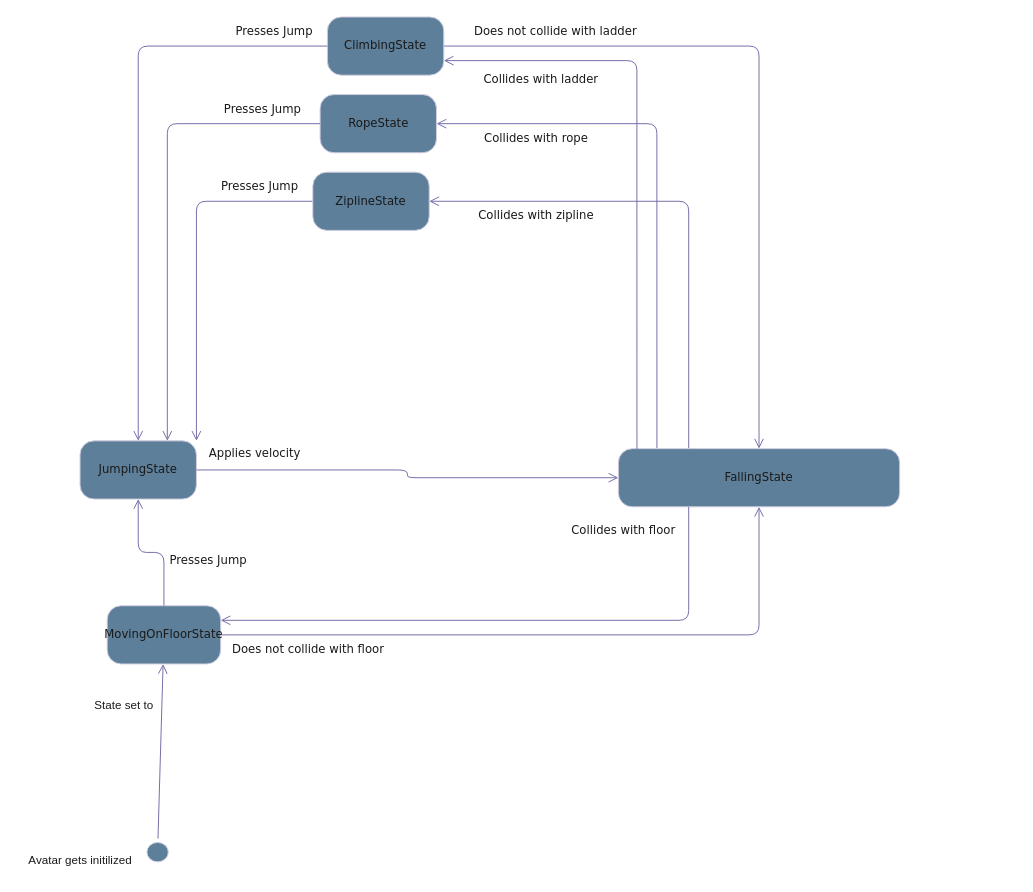
Before: PlayerStates.drawio in Tycro-Games/BlockA-Pitfall, a draw.io diagram. Source tidied: cells renumbered, new cells numbered last; positions are measured from the earlier drawing's top-left corner, leaving out a move shared by most shapes. Both pictures are drawn from the tidied source at 97%, with x=0, y=0 at pixel (16, 16).
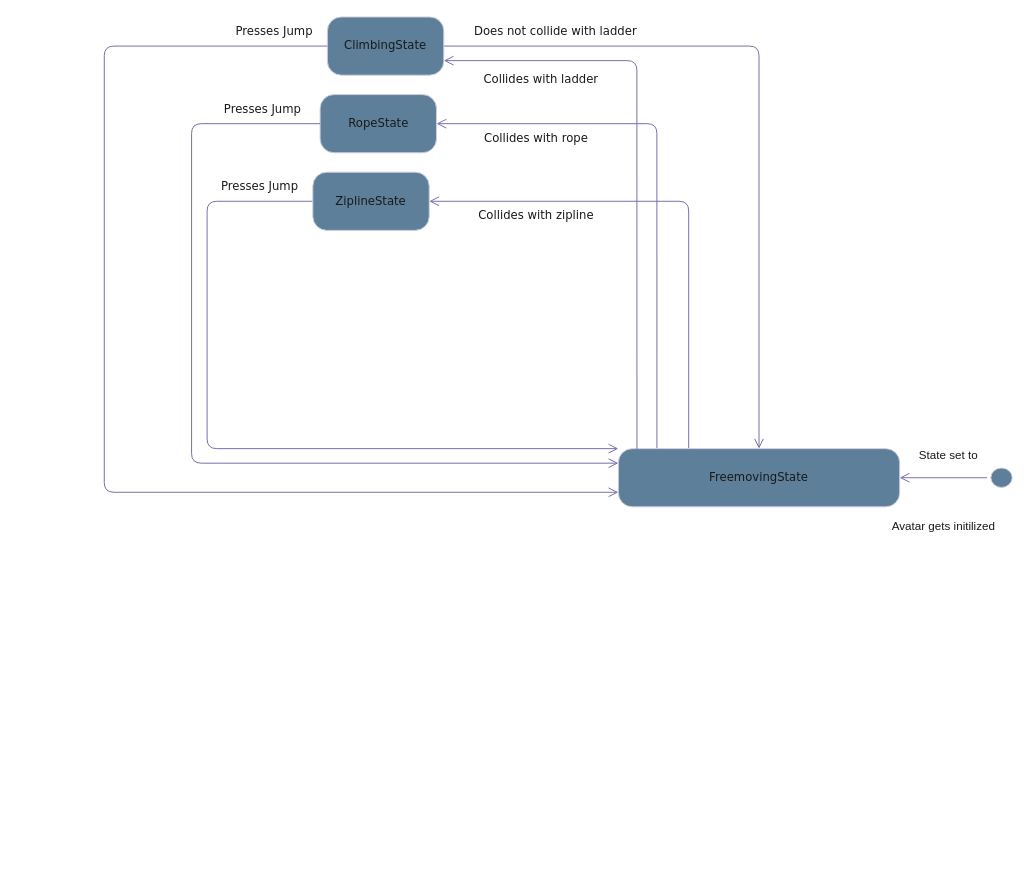
The same diagram, later.

Unchanged cells that the change refers to:
```xml
<mxCell id="22" value="ClimbingState" style="rounded=1;whiteSpace=wrap;html=1;arcSize=24;fillColor=#5D7F99;strokeColor=#D0CEE2;shadow=0;comic=0;labelBackgroundColor=none;fontFamily=Verdana;fontSize=12;fontColor=#1A1A1A;align=center;" parent="1" vertex="1">
  <mxGeometry x="320" width="120" height="60" as="geometry" />
</mxCell>
<mxCell id="27" value="RopeState" style="rounded=1;whiteSpace=wrap;html=1;arcSize=24;fillColor=#5D7F99;strokeColor=#D0CEE2;shadow=0;comic=0;labelBackgroundColor=none;fontFamily=Verdana;fontSize=12;fontColor=#1A1A1A;align=center;" parent="1" vertex="1">
  <mxGeometry x="312.5" y="80" width="120" height="60" as="geometry" />
</mxCell>
<mxCell id="31" value="ZiplineState" style="rounded=1;whiteSpace=wrap;html=1;arcSize=24;fillColor=#5D7F99;strokeColor=#D0CEE2;shadow=0;comic=0;labelBackgroundColor=none;fontFamily=Verdana;fontSize=12;fontColor=#1A1A1A;align=center;" parent="1" vertex="1">
  <mxGeometry x="305" y="160" width="120" height="60" as="geometry" />
</mxCell>
```

Diff of the diagram source:
```diff
@@
-    <mxCell id="2" style="group;" parent="1" vertex="1">
-      <mxGeometry y="220" width="690" height="665" as="geometry" />
-    </mxCell>
-    <mxCell id="3" style="ellipse;html=1;shape=startState;fillColor=#5D7F99;strokeColor=#D0CEE2;rounded=1;shadow=0;comic=0;labelBackgroundColor=none;fontFamily=Verdana;fontSize=12;fontColor=#1A1A1A;align=center;direction=south;" parent="2" vertex="1">
-      <mxGeometry x="130" y="627" width="30" height="28" as="geometry" />
-    </mxCell>
-    <mxCell id="4" value="MovingOnFloorState" style="rounded=1;whiteSpace=wrap;html=1;arcSize=24;fillColor=#5D7F99;strokeColor=#D0CEE2;shadow=0;comic=0;labelBackgroundColor=none;fontFamily=Verdana;fontSize=12;fontColor=#1A1A1A;align=center;" parent="2" vertex="1">
-      <mxGeometry x="93" y="387" width="117" height="60" as="geometry" />
-    </mxCell>
-    <mxCell id="5" value="JumpingState" style="rounded=1;whiteSpace=wrap;html=1;arcSize=24;fillColor=#5D7F99;strokeColor=#D0CEE2;shadow=0;comic=0;labelBackgroundColor=none;fontFamily=Verdana;fontSize=12;fontColor=#1A1A1A;align=center;" parent="2" vertex="1">
-      <mxGeometry x="65" y="217" width="120" height="60" as="geometry" />
-    </mxCell>
-    <mxCell id="6" style="edgeStyle=orthogonalEdgeStyle;shape=connector;rounded=1;jettySize=auto;html=1;labelBackgroundColor=none;strokeColor=#736CA8;fontFamily=Verdana;fontSize=12;fontColor=default;endArrow=open;endSize=8;" parent="2" edge="1" source="4" target="5">
-      <mxGeometry relative="1" as="geometry" />
-    </mxCell>
-    <mxCell id="7" style="edgeStyle=orthogonalEdgeStyle;html=1;labelBackgroundColor=none;endArrow=open;endSize=8;strokeColor=#736CA8;fontFamily=Verdana;fontSize=12;align=left;fontColor=default;noEdgeStyle=1;" parent="2" edge="1" source="3" target="4">
-      <mxGeometry relative="1" as="geometry" />
-    </mxCell>
-    <mxCell id="8" value="&lt;div&gt;Avatar gets initilized&lt;/div&gt;" style="text;html=1;align=center;verticalAlign=middle;strokeColor=none;fillColor=none;labelBackgroundColor=none;fontColor=#1A1A1A;" parent="2" vertex="1">
-      <mxGeometry y="635" width="130" height="30" as="geometry" />
-    </mxCell>
-    <mxCell id="9" value="&lt;div&gt;State set to&lt;br&gt;&lt;/div&gt;" style="text;html=1;align=center;verticalAlign=middle;strokeColor=none;fillColor=none;labelBackgroundColor=none;fontColor=#1A1A1A;" parent="2" vertex="1">
-      <mxGeometry x="70" y="475" width="80" height="30" as="geometry" />
-    </mxCell>
-    <mxCell id="10" value="Presses Jump" style="text;html=1;align=center;verticalAlign=middle;strokeColor=none;fillColor=none;fontSize=12;fontFamily=Verdana;fontColor=#1A1A1A;labelBackgroundColor=none;" parent="2" vertex="1">
-      <mxGeometry x="142" y="325" width="110" height="30" as="geometry" />
-    </mxCell>
-    <mxCell id="11" value="Does not collide with floor" style="text;html=1;align=center;verticalAlign=middle;strokeColor=none;fillColor=none;fontSize=12;fontFamily=Verdana;fontColor=#1A1A1A;labelBackgroundColor=none;" parent="2" vertex="1">
-      <mxGeometry x="210" y="417" width="180" height="30" as="geometry" />
-    </mxCell>
-    <mxCell id="12" value="Applies velocity" style="text;html=1;align=center;verticalAlign=middle;strokeColor=none;fillColor=none;fontSize=12;fontFamily=Verdana;fontColor=#1A1A1A;labelBackgroundColor=none;" parent="2" vertex="1">
-      <mxGeometry x="185" y="215" width="120" height="30" as="geometry" />
-    </mxCell>
-    <mxCell id="13" value="Collides with floor" style="text;html=1;align=center;verticalAlign=middle;strokeColor=none;fillColor=none;fontSize=12;fontFamily=Verdana;fontColor=#1A1A1A;labelBackgroundColor=none;" parent="2" vertex="1">
-      <mxGeometry x="560" y="295" width="130" height="30" as="geometry" />
-    </mxCell>
@@
-    <mxCell id="16" value="FallingState" style="rounded=1;whiteSpace=wrap;html=1;arcSize=24;fillColor=#5D7F99;strokeColor=#D0CEE2;shadow=0;comic=0;labelBackgroundColor=none;fontFamily=Verdana;fontSize=12;fontColor=#1A1A1A;align=center;" parent="1" vertex="1">
+    <mxCell id="16" value="&lt;div&gt;FreemovingState&lt;/div&gt;" style="rounded=1;whiteSpace=wrap;html=1;arcSize=24;fillColor=#5D7F99;strokeColor=#D0CEE2;shadow=0;comic=0;labelBackgroundColor=none;fontFamily=Verdana;fontSize=12;fontColor=#1A1A1A;align=center;" parent="1" vertex="1">
       <mxGeometry x="620" y="445" width="290" height="60" as="geometry" />
     </mxCell>
@@
-    <mxCell id="18" style="edgeStyle=orthogonalEdgeStyle;shape=connector;rounded=1;jettySize=auto;html=1;labelBackgroundColor=none;strokeColor=#736CA8;fontFamily=Verdana;fontSize=12;fontColor=default;endArrow=open;endSize=8;" parent="1" edge="1" source="5" target="16">
-      <mxGeometry relative="1" as="geometry" />
-    </mxCell>
-    <mxCell id="19" style="edgeStyle=orthogonalEdgeStyle;shape=connector;rounded=1;jettySize=auto;html=1;entryX=0.5;entryY=1;entryDx=0;entryDy=0;labelBackgroundColor=none;strokeColor=#736CA8;fontFamily=Verdana;fontSize=12;fontColor=default;endArrow=open;endSize=8;" parent="1" edge="1" source="4" target="16">
-      <mxGeometry relative="1" as="geometry" />
-    </mxCell>
@@
-    <mxCell id="21" style="edgeStyle=orthogonalEdgeStyle;shape=connector;rounded=1;jettySize=auto;html=1;entryX=1;entryY=0.25;entryDx=0;entryDy=0;labelBackgroundColor=none;strokeColor=#736CA8;fontFamily=Verdana;fontSize=12;fontColor=default;endArrow=open;endSize=8;exitX=0.25;exitY=1;exitDx=0;exitDy=0;" parent="1" edge="1" source="16" target="4">
-      <mxGeometry relative="1" as="geometry" />
-    </mxCell>
@@
-    <mxCell id="23" style="edgeStyle=orthogonalEdgeStyle;shape=connector;rounded=1;jettySize=auto;html=1;entryX=0.5;entryY=0;entryDx=0;entryDy=0;labelBackgroundColor=none;strokeColor=#736CA8;fontFamily=Verdana;fontSize=12;fontColor=default;endArrow=open;endSize=8;" parent="1" edge="1" source="22" target="5">
-      <mxGeometry relative="1" as="geometry" />
+    <mxCell id="23" style="edgeStyle=orthogonalEdgeStyle;shape=connector;rounded=1;jettySize=auto;html=1;labelBackgroundColor=none;strokeColor=#736CA8;fontFamily=Verdana;fontSize=12;fontColor=default;endArrow=open;endSize=8;entryX=0;entryY=0.75;entryDx=0;entryDy=0;" parent="1" edge="1" source="22" target="16">
+      <mxGeometry relative="1" as="geometry">
+        <Array as="points">
+          <mxPoint x="90" y="30" />
+          <mxPoint x="90" y="490" />
+        </Array>
+      </mxGeometry>
     </mxCell>
@@
-    <mxCell id="29" style="edgeStyle=orthogonalEdgeStyle;shape=connector;rounded=1;jettySize=auto;html=1;entryX=0.75;entryY=0;entryDx=0;entryDy=0;labelBackgroundColor=none;strokeColor=#736CA8;fontFamily=Verdana;fontSize=12;fontColor=default;endArrow=open;endSize=8;" parent="1" edge="1" source="27" target="5">
-      <mxGeometry relative="1" as="geometry" />
+    <mxCell id="29" style="edgeStyle=orthogonalEdgeStyle;shape=connector;rounded=1;jettySize=auto;html=1;entryX=0;entryY=0.25;entryDx=0;entryDy=0;labelBackgroundColor=none;strokeColor=#736CA8;fontFamily=Verdana;fontSize=12;fontColor=default;endArrow=open;endSize=8;" parent="1" edge="1" source="27" target="16">
+      <mxGeometry relative="1" as="geometry">
+        <Array as="points">
+          <mxPoint x="180" y="110" />
+          <mxPoint x="180" y="460" />
+        </Array>
+      </mxGeometry>
     </mxCell>
-    <mxCell id="30" style="edgeStyle=orthogonalEdgeStyle;shape=connector;rounded=1;jettySize=auto;html=1;entryX=1;entryY=0;entryDx=0;entryDy=0;labelBackgroundColor=none;strokeColor=#736CA8;fontFamily=Verdana;fontSize=12;fontColor=default;endArrow=open;endSize=8;" parent="1" edge="1" source="31" target="5">
-      <mxGeometry relative="1" as="geometry" />
+    <mxCell id="30" style="edgeStyle=orthogonalEdgeStyle;shape=connector;rounded=1;jettySize=auto;html=1;entryX=0;entryY=0;entryDx=0;entryDy=0;labelBackgroundColor=none;strokeColor=#736CA8;fontFamily=Verdana;fontSize=12;fontColor=default;endArrow=open;endSize=8;" parent="1" edge="1" source="31" target="16">
+      <mxGeometry relative="1" as="geometry">
+        <Array as="points">
+          <mxPoint x="196" y="190" />
+          <mxPoint x="196" y="445" />
+        </Array>
+      </mxGeometry>
     </mxCell>
@@
+    <mxCell id="7" style="edgeStyle=orthogonalEdgeStyle;html=1;labelBackgroundColor=none;endArrow=open;endSize=8;strokeColor=#736CA8;fontFamily=Verdana;fontSize=12;align=left;fontColor=default;noEdgeStyle=1;" parent="1" edge="1" source="3" target="16">
+      <mxGeometry relative="1" as="geometry" />
+    </mxCell>
+    <mxCell id="3" style="ellipse;html=1;shape=startState;fillColor=#5D7F99;strokeColor=#D0CEE2;rounded=1;shadow=0;comic=0;labelBackgroundColor=none;fontFamily=Verdana;fontSize=12;fontColor=#1A1A1A;align=center;direction=south;" parent="1" vertex="1">
+      <mxGeometry x="1000" y="461" width="30" height="28" as="geometry" />
+    </mxCell>
+    <mxCell id="8" value="&lt;div&gt;Avatar gets initilized&lt;/div&gt;" style="text;html=1;align=center;verticalAlign=middle;strokeColor=none;fillColor=none;labelBackgroundColor=none;fontColor=#1A1A1A;" parent="1" vertex="1">
+      <mxGeometry x="890" y="510" width="130" height="30" as="geometry" />
+    </mxCell>
+    <mxCell id="9" value="&lt;div&gt;State set to&lt;br&gt;&lt;/div&gt;" style="text;html=1;align=center;verticalAlign=middle;strokeColor=none;fillColor=none;labelBackgroundColor=none;fontColor=#1A1A1A;" parent="1" vertex="1">
+      <mxGeometry x="920" y="437" width="80" height="30" as="geometry" />
+    </mxCell>
```
